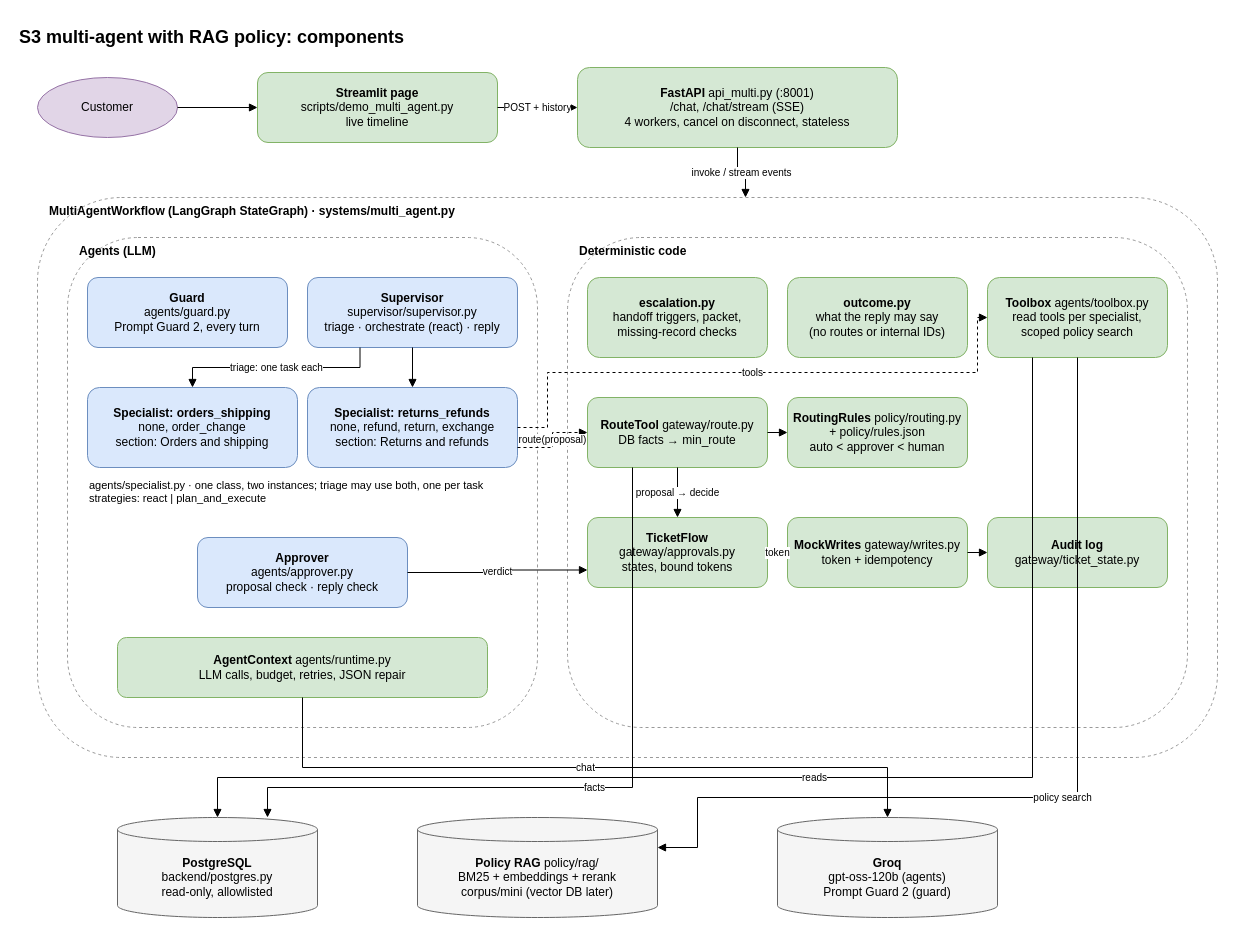
This is page "Components" (2 of 2) of docs/multi-agent-flow.drawio from RicePuddn/GenAIProject, a draw.io file, before an edit. Source tidied: cells renumbered, new cells numbered last; positions are measured from the earlier drawing's top-left corner, leaving out a move shared by most shapes. Both pictures are drawn from the tidied source at 100%, with x=0, y=0 at pixel (17, 17).
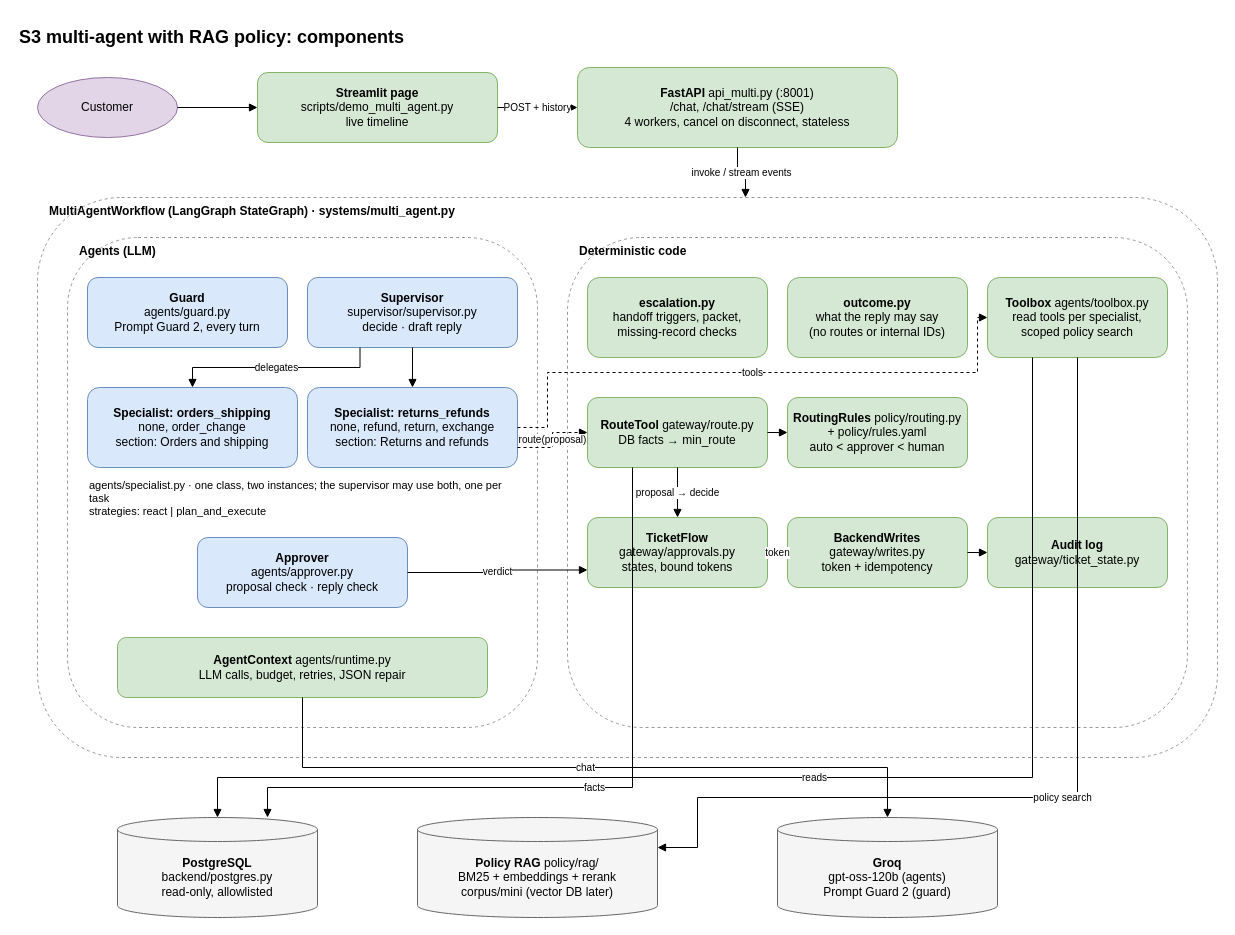
After the change.

Unchanged cells that the change refers to:
```xml
<mxCell id="12" value="&lt;b&gt;Specialist: orders_shipping&lt;/b&gt;&lt;br&gt;none, order_change&lt;br&gt;section: Orders and shipping" style="rounded=1;whiteSpace=wrap;html=1;fontSize=12;fillColor=#dae8fc;strokeColor=#6c8ebf;" parent="1" vertex="1">
  <mxGeometry x="70" y="370" width="210" height="80" as="geometry" />
</mxCell>
```

The edit, as a diff of the source:
```diff
@@
-    <mxCell id="11" value="&lt;b&gt;Supervisor&lt;/b&gt;&lt;br&gt;supervisor/supervisor.py&lt;br&gt;triage · orchestrate (react) · reply" style="rounded=1;whiteSpace=wrap;html=1;fontSize=12;fillColor=#dae8fc;strokeColor=#6c8ebf;" parent="1" vertex="1">
+    <mxCell id="11" value="&lt;b&gt;Supervisor&lt;/b&gt;&lt;br&gt;supervisor/supervisor.py&lt;br&gt;decide · draft reply" style="rounded=1;whiteSpace=wrap;html=1;fontSize=12;fillColor=#dae8fc;strokeColor=#6c8ebf;" parent="1" vertex="1">
       <mxGeometry x="290" y="260" width="210" height="70" as="geometry" />
     </mxCell>
@@
-    <mxCell id="14" value="agents/specialist.py · one class, two instances; triage may use both, one per task&lt;br&gt;strategies: react | plan_and_execute" style="text;html=1;fontSize=11;align=left;verticalAlign=top;whiteSpace=wrap;" parent="1" vertex="1">
+    <mxCell id="14" value="agents/specialist.py · one class, two instances; the supervisor may use both, one per task&lt;br&gt;strategies: react | plan_and_execute" style="text;html=1;fontSize=11;align=left;verticalAlign=top;whiteSpace=wrap;" parent="1" vertex="1">
       <mxGeometry x="70" y="455" width="430" height="40" as="geometry" />
     </mxCell>
@@
-    <mxCell id="22" value="&lt;b&gt;RoutingRules&lt;/b&gt; policy/routing.py&lt;br&gt;+ policy/rules.json&lt;br&gt;auto &amp;lt; approver &amp;lt; human" style="rounded=1;whiteSpace=wrap;html=1;fontSize=12;fillColor=#d5e8d4;strokeColor=#82b366;" parent="1" vertex="1">
+    <mxCell id="22" value="&lt;b&gt;RoutingRules&lt;/b&gt; policy/routing.py&lt;br&gt;+ policy/rules.yaml&lt;br&gt;auto &amp;lt; approver &amp;lt; human" style="rounded=1;whiteSpace=wrap;html=1;fontSize=12;fillColor=#d5e8d4;strokeColor=#82b366;" parent="1" vertex="1">
       <mxGeometry x="770" y="380" width="180" height="70" as="geometry" />
     </mxCell>
@@
-    <mxCell id="24" value="&lt;b&gt;MockWrites&lt;/b&gt; gateway/writes.py&lt;br&gt;token + idempotency" style="rounded=1;whiteSpace=wrap;html=1;fontSize=12;fillColor=#d5e8d4;strokeColor=#82b366;" parent="1" vertex="1">
+    <mxCell id="24" value="&lt;b&gt;BackendWrites&lt;/b&gt; gateway/writes.py&lt;br&gt;token + idempotency" style="rounded=1;whiteSpace=wrap;html=1;fontSize=12;fillColor=#d5e8d4;strokeColor=#82b366;" parent="1" vertex="1">
       <mxGeometry x="770" y="500" width="180" height="70" as="geometry" />
     </mxCell>
@@
-    <mxCell id="30" value="triage: one task each" style="edgeStyle=orthogonalEdgeStyle;rounded=0;html=1;endArrow=block;fontSize=10;labelBackgroundColor=#ffffff;exitX=0.25;exitY=1;exitDx=0;exitDy=0;entryX=0.5;entryY=0;entryDx=0;entryDy=0;" parent="1" edge="1" source="11" target="12">
+    <mxCell id="30" value="delegates" style="edgeStyle=orthogonalEdgeStyle;rounded=0;html=1;endArrow=block;fontSize=10;labelBackgroundColor=#ffffff;exitX=0.25;exitY=1;exitDx=0;exitDy=0;entryX=0.5;entryY=0;entryDx=0;entryDy=0;" parent="1" edge="1" source="11" target="12">
       <mxGeometry relative="1" as="geometry" />
     </mxCell>
```
